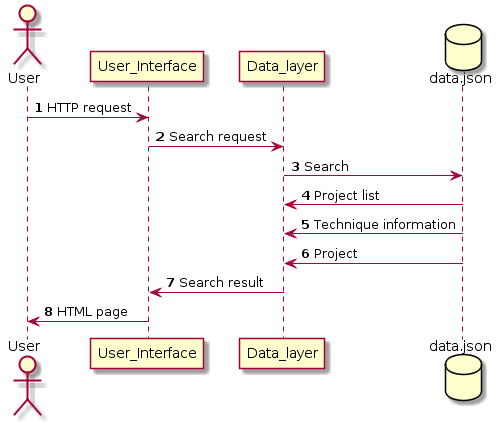
Earlier version of the PlantUML export documents/sevenskdiagram.png (stureling/Portfolio).
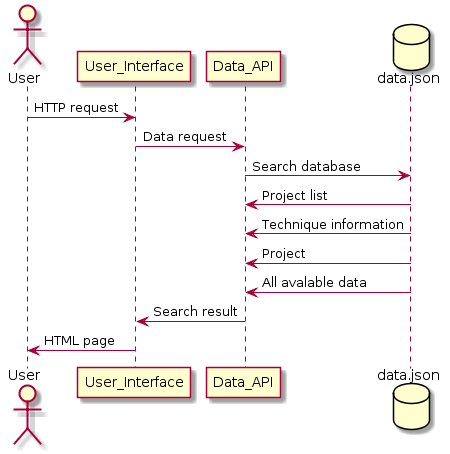
The same file after the commit.

Change to the diagram source:
```diff
@@ -1,13 +1,13 @@
 @startuml
 actor User
-autonumber
 User->User_Interface  : HTTP request
-User_Interface->Data_layer: Search request
+User_Interface->Data_API: Data request
 database data.json
-Data_layer->data.json: Search
-Data_layer<-data.json: Project list
-Data_layer<-data.json: Technique information
-Data_layer<-data.json: Project
-User_Interface<-Data_layer: Search result
+Data_API->data.json: Search database
+Data_API<-data.json: Project list
+Data_API<-data.json: Technique information
+Data_API<-data.json: Project
+Data_API<-data.json: All avalable data
+User_Interface<-Data_API: Search result
 User<-User_Interface: HTML page
 @enduml
```
